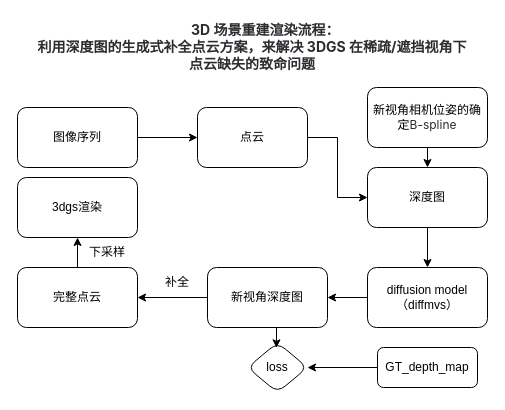
Above: model_net.drawio in zzcPeace/draw.io (draw.io), before the change. Source tidied: cells renumbered, new cells numbered last; positions are measured from the earlier drawing's top-left corner, leaving out a move shared by most shapes. Both pictures are drawn from the tidied source at 100%, with x=0, y=0 at pixel (17, 17).
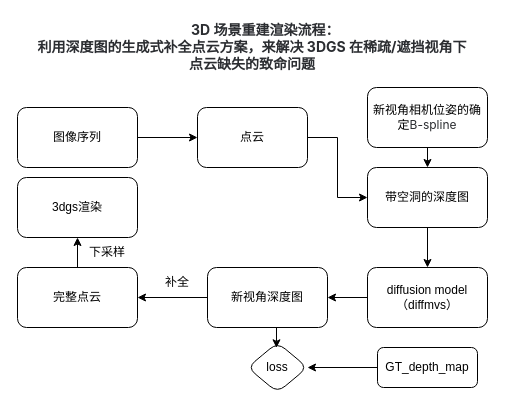
Above is the later version.

The edit, as a diff of the source:
```diff
@@
-    <mxCell id="19" value="深度图" style="rounded=1;whiteSpace=wrap;html=1;" parent="1" vertex="1">
+    <mxCell id="19" value="带空洞的深度图" style="rounded=1;whiteSpace=wrap;html=1;" parent="1" vertex="1">
       <mxGeometry x="350" y="150" width="120" height="60" as="geometry" />
     </mxCell>
```
